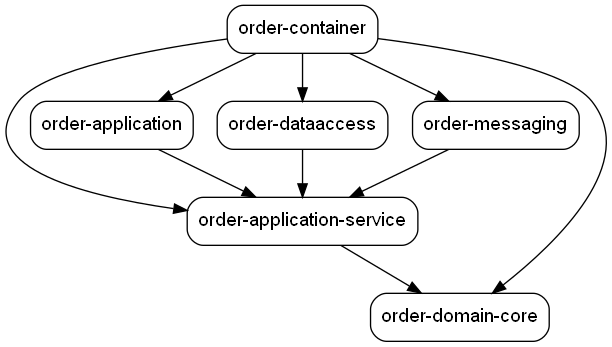
jeansemolini/food-ordering-system keeps this Graphviz diagram as target/dependency-graph.png. Above is the earlier version. Its source is kept beside it as target/dependency-graph.dot.
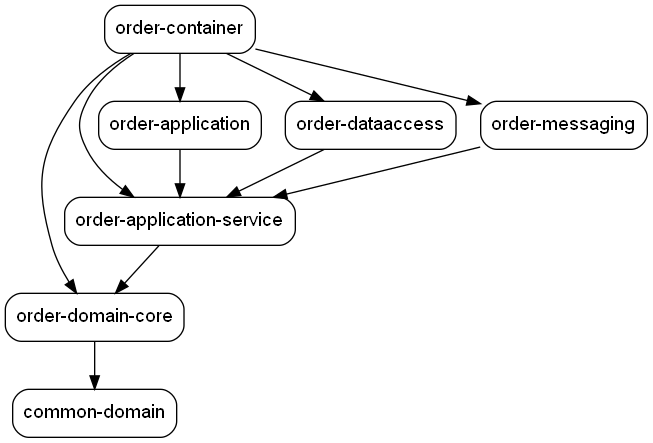
The same file after the commit.

What changed in the source:
```diff
@@ -2,13 +2,15 @@
   node [shape="box",style="rounded",fontname="Helvetica",fontsize="14"]
   edge [fontsize="10",fontname="Helvetica"]
 
+  "com.food.ordering.system:order-domain-core:jar:compile"[label=<order-domain-core>]
+  "com.food.ordering.system:common-domain:jar:compile"[label=<common-domain>]
   "com.food.ordering.system:order-application-service:jar:compile"[label=<order-application-service>]
-  "com.food.ordering.system:order-domain-core:jar:compile"[label=<order-domain-core>]
   "com.food.ordering.system:order-application:jar:compile"[label=<order-application>]
   "com.food.ordering.system:order-dataaccess:jar:compile"[label=<order-dataaccess>]
   "com.food.ordering.system:order-messaging:jar:compile"[label=<order-messaging>]
   "com.food.ordering.system:order-container:jar:compile"[label=<order-container>]
 
+  "com.food.ordering.system:order-domain-core:jar:compile" -> "com.food.ordering.system:common-domain:jar:compile"
   "com.food.ordering.system:order-application-service:jar:compile" -> "com.food.ordering.system:order-domain-core:jar:compile"
   "com.food.ordering.system:order-application:jar:compile" -> "com.food.ordering.system:order-application-service:jar:compile"
   "com.food.ordering.system:order-dataaccess:jar:compile" -> "com.food.ordering.system:order-application-service:jar:compile"
```
